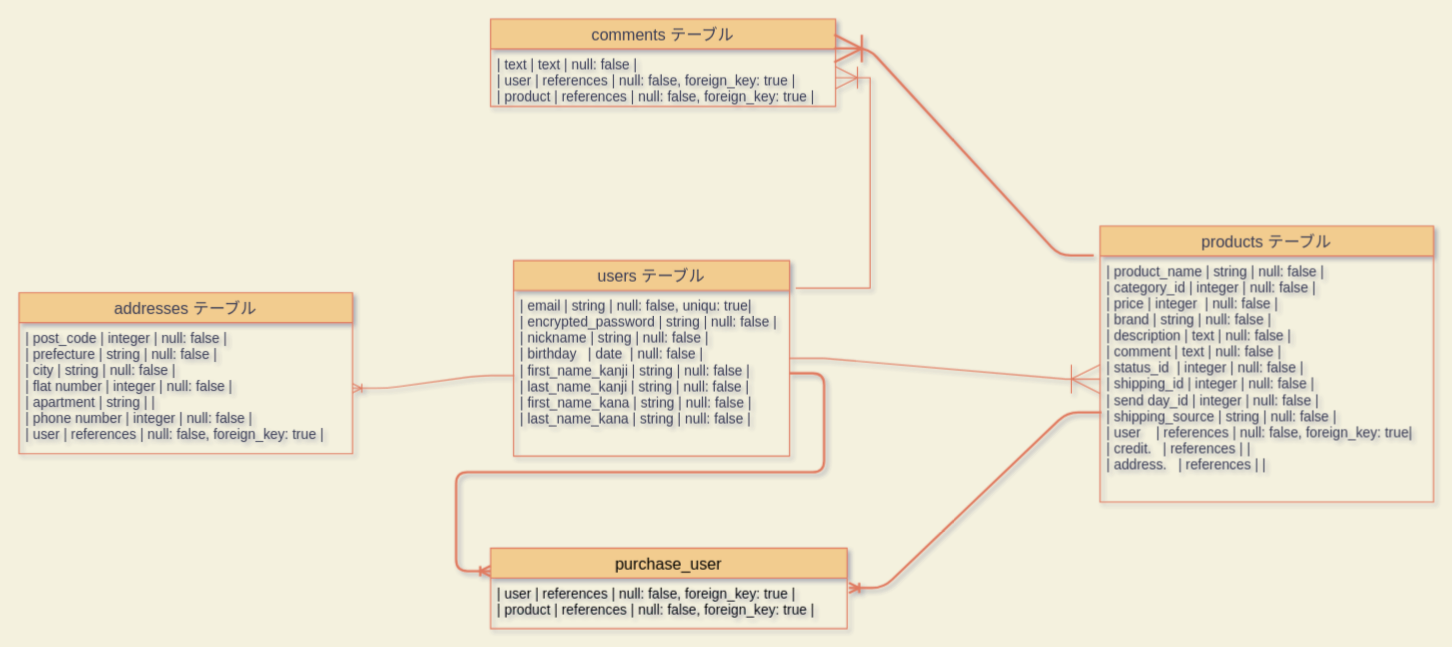
The draw.io diagram furima-er.dio in shuntacreative/furima-35714, before the edit. Source tidied: cells renumbered, new cells numbered last; positions are measured from the earlier drawing's top-left corner, leaving out a move shared by most shapes. Both pictures are drawn from the tidied source at 115%, with x=0, y=0 at pixel (18, 18).
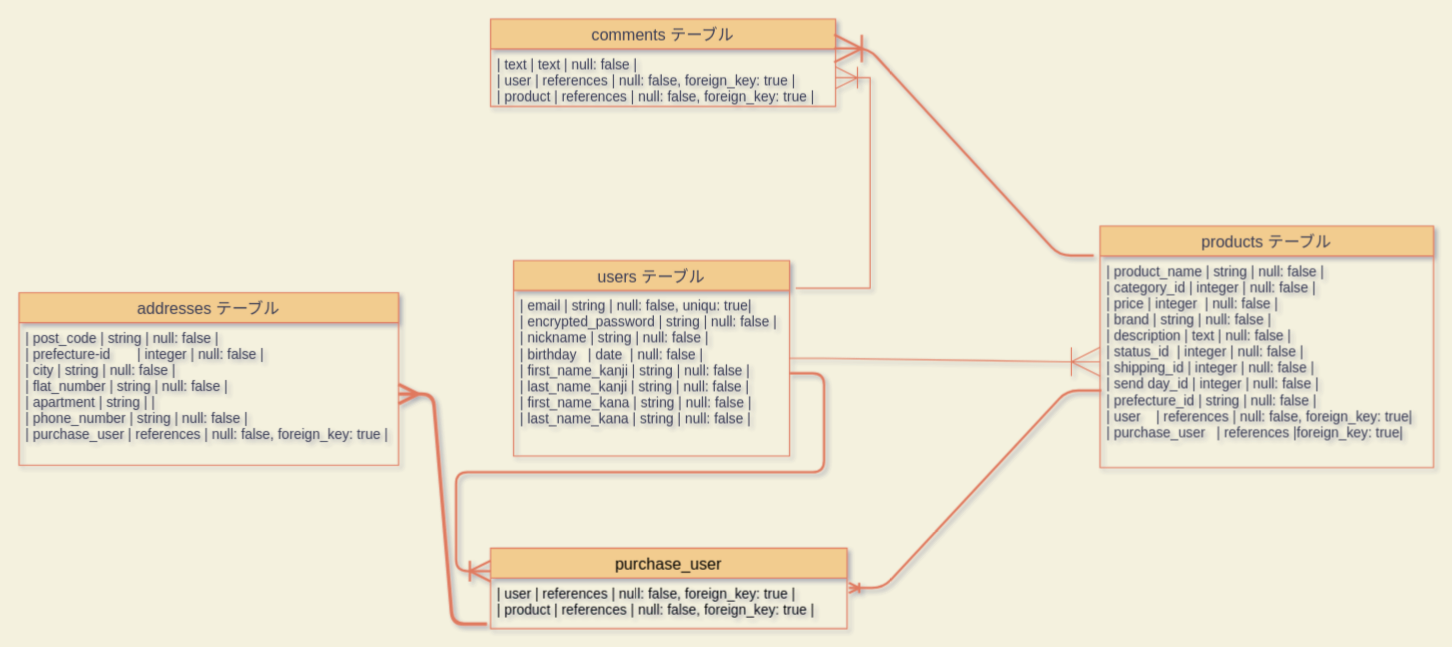
The same diagram, later.

The edit, as a diff of the source:
```diff
@@
 <mxGraphModel background="#F4F1DE" shadow="1">
   <root>
     <mxCell id="0" />
     <mxCell id="1" parent="0" />
     <mxCell id="2" value="products テーブル" style="swimlane;fontStyle=0;horizontal=1;startSize=26;align=center;fontSize=14;fillColor=#F2CC8F;strokeColor=#E07A5F;fontColor=#393C56;" parent="1" vertex="1">
-      <mxGeometry x="940" y="180" width="290" height="240" as="geometry" />
+      <mxGeometry x="940" y="180" width="290" height="210" as="geometry" />
     </mxCell>
-    <mxCell id="3" value="| product_name    | string | null: false                   |&#10;| category_id | integer | null: false                   |&#10;| price           | integer  | null: false                   |&#10;| brand           | string     | null: false                   |&#10;| description     | text       | null: false                   |&#10;| comment         | text       | null: false                   |&#10;| status_id  | integer | null: false                   |&#10;| shipping_id | integer | null: false                   |&#10;| send day_id | integer | null: false                   |&#10;| shipping_source | string     | null: false                   |&#10;| user    | references | null: false, foreign_key: true|&#10;| credit.   | references |                               |&#10;| address.   | references |                               |" style="text;strokeColor=none;fillColor=none;spacingLeft=4;spacingRight=4;overflow=hidden;points=[[0,0.5],[1,0.5]];portConstraint=eastwest;fontSize=12;fontColor=#393C56;" parent="2" vertex="1">
-      <mxGeometry y="26" width="290" height="214" as="geometry" />
+    <mxCell id="3" value="| product_name    | string | null: false                   |&#10;| category_id | integer | null: false                   |&#10;| price           | integer  | null: false                   |&#10;| brand           | string     | null: false                   |&#10;| description     | text       | null: false                   |&#10;| status_id  | integer | null: false                   |&#10;| shipping_id | integer | null: false                   |&#10;| send day_id | integer | null: false                   |&#10;| prefecture_id | string     | null: false                   |&#10;| user    | references | null: false, foreign_key: true|&#10;| purchase_user   | references |foreign_key: true|&#10;" style="text;strokeColor=none;fillColor=none;spacingLeft=4;spacingRight=4;overflow=hidden;points=[[0,0.5],[1,0.5]];portConstraint=eastwest;fontSize=12;fontColor=#393C56;" parent="2" vertex="1">
+      <mxGeometry y="26" width="290" height="184" as="geometry" />
     </mxCell>
     <mxCell id="4" value="comments テーブル" style="swimlane;fontStyle=0;horizontal=1;startSize=26;align=center;fontSize=14;fillColor=#F2CC8F;strokeColor=#E07A5F;fontColor=#393C56;" parent="1" vertex="1">
       <mxGeometry x="410" width="300" height="76" as="geometry" />
     </mxCell>
     <mxCell id="5" value="| text          | text       | null: false                    |&#10;| user          | references | null: false, foreign_key: true |&#10;| product       | references | null: false, foreign_key: true |" style="text;strokeColor=none;fillColor=none;spacingLeft=4;spacingRight=4;overflow=hidden;points=[[0,0.5],[1,0.5]];portConstraint=eastwest;fontSize=12;fontColor=#393C56;" parent="4" vertex="1">
       <mxGeometry y="26" width="300" height="50" as="geometry" />
     </mxCell>
     <mxCell id="6" value="addresses テーブル" style="swimlane;fontStyle=0;horizontal=1;startSize=26;align=center;fontSize=14;fillColor=#F2CC8F;strokeColor=#E07A5F;fontColor=#393C56;" parent="1" vertex="1">
-      <mxGeometry y="238" width="290" height="140" as="geometry" />
+      <mxGeometry y="238" width="330" height="150" as="geometry" />
     </mxCell>
-    <mxCell id="7" value="| post_code        | integer    | null: false                    |&#10;| prefecture       | string     | null: false                    |&#10;| city             | string     | null: false                    | &#10;| flat number      | integer    | null: false                    | &#10;| apartment        | string     |                                |&#10;| phone number     | integer    | null: false                    |&#10;| user             | references | null: false, foreign_key: true |" style="text;strokeColor=none;fillColor=none;spacingLeft=4;spacingRight=4;overflow=hidden;points=[[0,0.5],[1,0.5]];portConstraint=eastwest;fontSize=12;fontColor=#393C56;" parent="6" vertex="1">
-      <mxGeometry y="26" width="290" height="114" as="geometry" />
+    <mxCell id="7" value="| post_code        | string | null: false                    |&#10;| prefecture-id       | integer | null: false                    |&#10;| city             | string     | null: false                    | &#10;| flat_number      | string | null: false                    | &#10;| apartment        | string     |                                |&#10;| phone_number     | string | null: false                    |&#10;| purchase_user             | references | null: false, foreign_key: true |" style="text;strokeColor=none;fillColor=none;spacingLeft=4;spacingRight=4;overflow=hidden;points=[[0,0.5],[1,0.5]];portConstraint=eastwest;fontSize=12;fontColor=#393C56;" parent="6" vertex="1">
+      <mxGeometry y="26" width="330" height="124" as="geometry" />
     </mxCell>
     <mxCell id="8" style="edgeStyle=entityRelationEdgeStyle;fontSize=12;html=1;endArrow=ERoneToMany;entryX=0;entryY=0.5;entryDx=0;entryDy=0;rounded=0;strokeColor=#E07A5F;fontColor=#393C56;labelBackgroundColor=#F4F1DE;endSize=23;" parent="1" edge="1" source="11" target="3">
       <mxGeometry relative="1" as="geometry" />
     </mxCell>
     <mxCell id="9" style="edgeStyle=entityRelationEdgeStyle;fontSize=12;html=1;endArrow=ERoneToMany;rounded=0;exitX=1.022;exitY=-0.014;exitDx=0;exitDy=0;exitPerimeter=0;strokeColor=#E07A5F;fontColor=#393C56;labelBackgroundColor=#F4F1DE;endSize=17;" parent="1" edge="1" source="12" target="5">
       <mxGeometry relative="1" as="geometry" />
     </mxCell>
-    <mxCell id="10" style="edgeStyle=entityRelationEdgeStyle;fontSize=12;html=1;endArrow=ERoneToMany;entryX=1;entryY=0.5;entryDx=0;entryDy=0;exitX=0.002;exitY=0.514;exitDx=0;exitDy=0;exitPerimeter=0;strokeColor=#E07A5F;fontColor=#393C56;labelBackgroundColor=#F4F1DE;" parent="1" edge="1" source="12" target="7">
-      <mxGeometry relative="1" as="geometry" />
-    </mxCell>
     <mxCell id="11" value="users テーブル" style="swimlane;fontStyle=0;horizontal=1;startSize=26;align=center;fontSize=14;fillColor=#F2CC8F;strokeColor=#E07A5F;fontColor=#393C56;" parent="1" vertex="1">
       <mxGeometry x="430" y="210" width="240" height="170" as="geometry" />
     </mxCell>
     <mxCell id="12" value="| email            | string  | null: false, uniqu: true|&#10;| encrypted_password | string  | null: false |&#10;| nickname         | string  | null: false |&#10;| birthday   | date  | null: false |&#10;| first_name_kanji | string  | null: false |&#10;| last_name_kanji  | string  | null: false |&#10;| first_name_kana  | string  | null: false |&#10;| last_name_kana   | string  | null: false |&#10;" style="text;strokeColor=none;fillColor=none;spacingLeft=4;spacingRight=4;overflow=hidden;points=[[0,0.5],[1,0.5]];portConstraint=eastwest;fontSize=12;fontColor=#393C56;" parent="11" vertex="1">
       <mxGeometry y="26" width="240" height="144" as="geometry" />
     </mxCell>
     <mxCell id="13" value="purchase_user" style="swimlane;fontStyle=0;horizontal=1;startSize=26;align=center;fontSize=14;rounded=0;sketch=0;strokeColor=#E07A5F;fillColor=#F2CC8F;fontColor=#000000;" parent="1" vertex="1">
       <mxGeometry x="410" y="460" width="310" height="70" as="geometry" />
     </mxCell>
     <mxCell id="14" value="| user             | references | null: false, foreign_key: true |&#10;| product          | references | null: false, foreign_key: true |" style="text;strokeColor=none;fillColor=none;spacingLeft=4;spacingRight=4;overflow=hidden;points=[[0,0.5],[1,0.5]];portConstraint=eastwest;fontSize=12;fontColor=#000000;" parent="13" vertex="1">
       <mxGeometry y="26" width="310" height="44" as="geometry" />
     </mxCell>
     <mxCell id="15" style="edgeStyle=entityRelationEdgeStyle;fontSize=12;html=1;endArrow=ERoneToMany;strokeColor=#E07A5F;strokeWidth=2;fillColor=#F2CC8F;entryX=0.996;entryY=-0.009;entryDx=0;entryDy=0;entryPerimeter=0;exitX=-0.019;exitY=-0.002;exitDx=0;exitDy=0;exitPerimeter=0;endSize=21;" parent="1" edge="1" source="3" target="5">
       <mxGeometry relative="1" as="geometry" />
     </mxCell>
-    <mxCell id="16" style="edgeStyle=entityRelationEdgeStyle;fontSize=12;html=1;endArrow=ERoneToMany;strokeColor=#E07A5F;strokeWidth=2;fillColor=#F2CC8F;" parent="1" edge="1" source="12">
+    <mxCell id="16" style="edgeStyle=entityRelationEdgeStyle;fontSize=12;html=1;endArrow=ERoneToMany;strokeColor=#E07A5F;strokeWidth=2;fillColor=#F2CC8F;endSize=15;" parent="1" edge="1" source="12">
       <mxGeometry relative="1" as="geometry">
         <mxPoint x="410" y="480" as="targetPoint" />
       </mxGeometry>
     </mxCell>
     <mxCell id="17" style="edgeStyle=entityRelationEdgeStyle;fontSize=12;html=1;endArrow=ERoneToMany;strokeColor=#E07A5F;strokeWidth=2;fillColor=#F2CC8F;entryX=1.005;entryY=0.197;entryDx=0;entryDy=0;entryPerimeter=0;exitX=0.004;exitY=0.636;exitDx=0;exitDy=0;exitPerimeter=0;" parent="1" edge="1" source="3" target="14">
       <mxGeometry relative="1" as="geometry" />
     </mxCell>
+    <mxCell id="18" style="edgeStyle=entityRelationEdgeStyle;fontSize=12;html=1;endArrow=ERmany;strokeColor=#E07A5F;strokeWidth=3;fillColor=#F2CC8F;exitX=-0.01;exitY=0.909;exitDx=0;exitDy=0;exitPerimeter=0;endSize=13;" parent="1" edge="1" source="14" target="7">
+      <mxGeometry relative="1" as="geometry" />
+    </mxCell>
   </root>
 </mxGraphModel>
```
